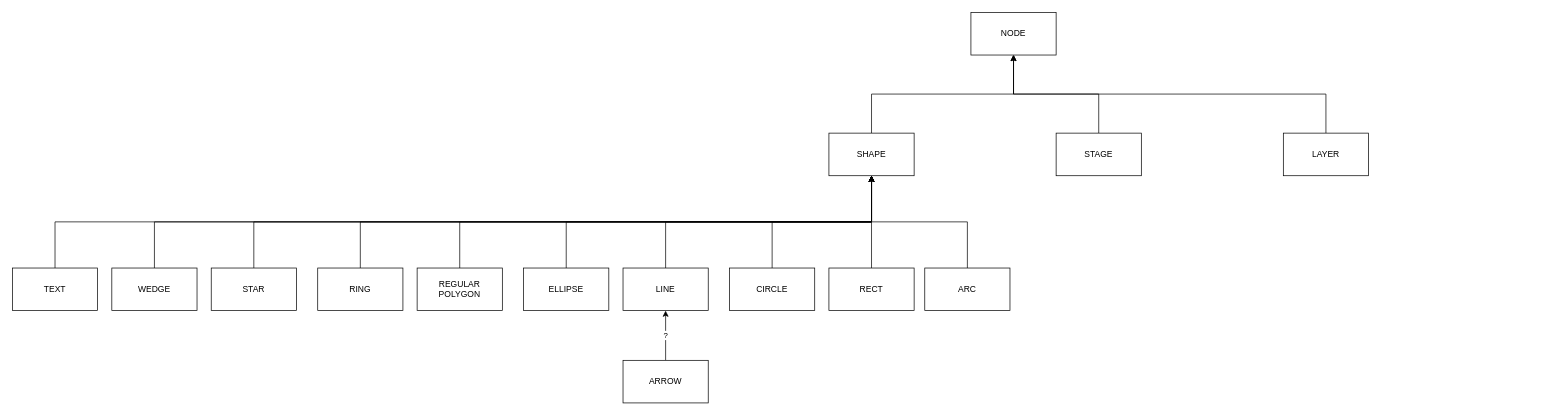
Before: Docs/KonvaHierarchy.drawio in xevilmaxx/BlazorKonva, a draw.io diagram. Source tidied: cells renumbered, new cells numbered last; positions are measured from the earlier drawing's top-left corner, leaving out a move shared by most shapes. Both pictures are drawn from the tidied source at 71%, with x=0, y=0 at pixel (12, 12).
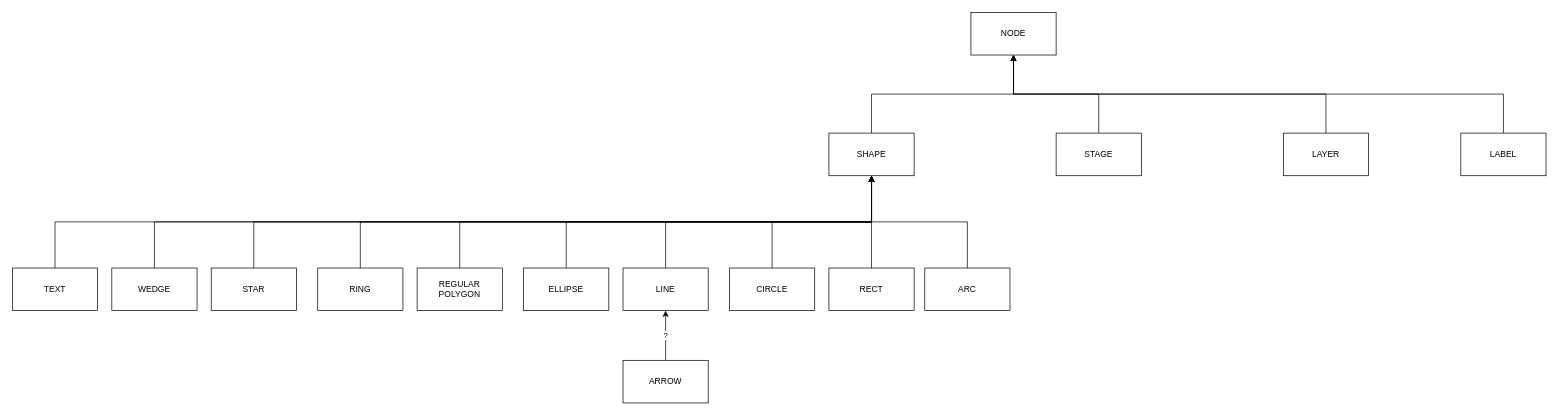
The same page after the edit.

The change refers to these unchanged cells:
```xml
<mxCell id="2" value="NODE" style="rounded=0;whiteSpace=wrap;html=1;" parent="1" vertex="1">
  <mxGeometry x="1350" width="120" height="60" as="geometry" />
</mxCell>
```

Diff of the diagram source:
```diff
@@
+    <mxCell id="31" style="edgeStyle=orthogonalEdgeStyle;rounded=0;jettySize=auto;html=1;entryX=0.5;entryY=1;entryDx=0;entryDy=0;exitX=0.5;exitY=0;exitDx=0;exitDy=0;" parent="1" edge="1" source="32" target="2">
+      <mxGeometry relative="1" as="geometry" />
+    </mxCell>
+    <mxCell id="32" value="LABEL" style="rounded=0;whiteSpace=wrap;html=1;" parent="1" vertex="1">
+      <mxGeometry x="2040" y="170" width="120" height="60" as="geometry" />
+    </mxCell>
```
